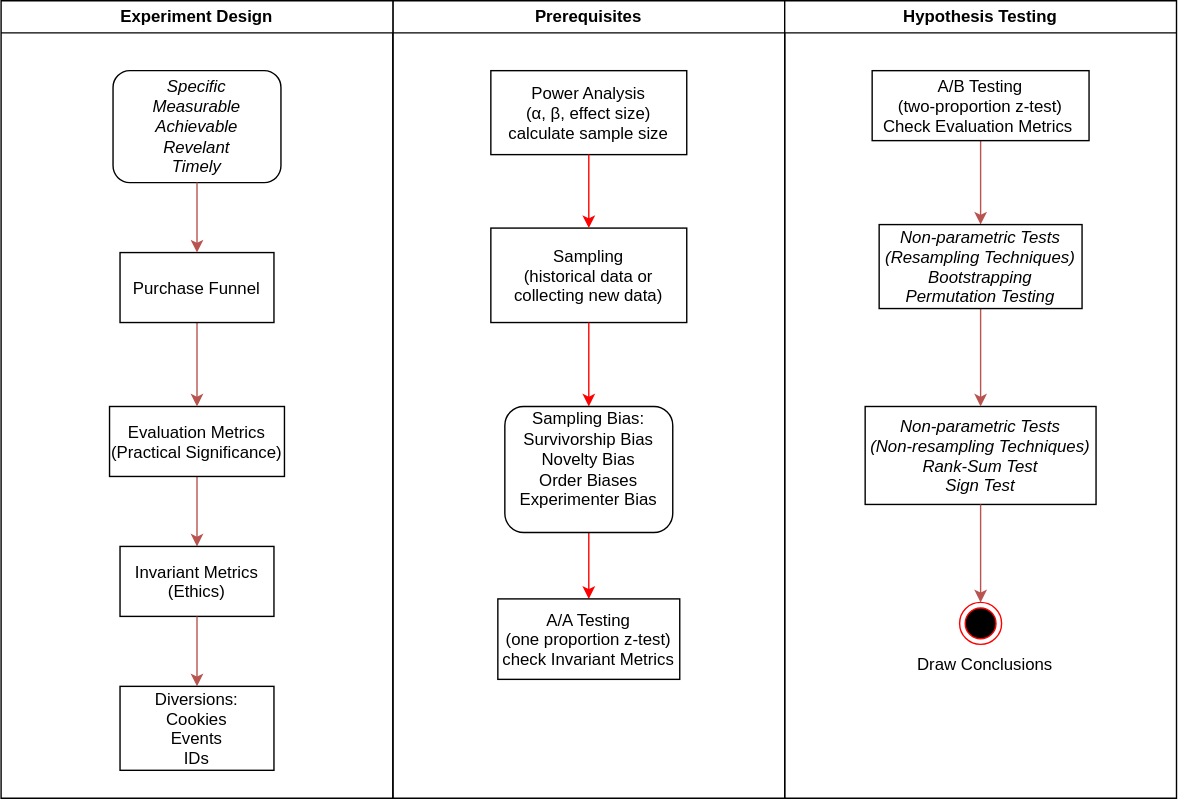
Earlier version of the draw.io export general_ab_testing.svg (ZacksAmber/Flowcharts). Source tidied: cells renumbered, new cells last; positions are measured from the earlier drawing's top-left corner, leaving out a move shared by most shapes.
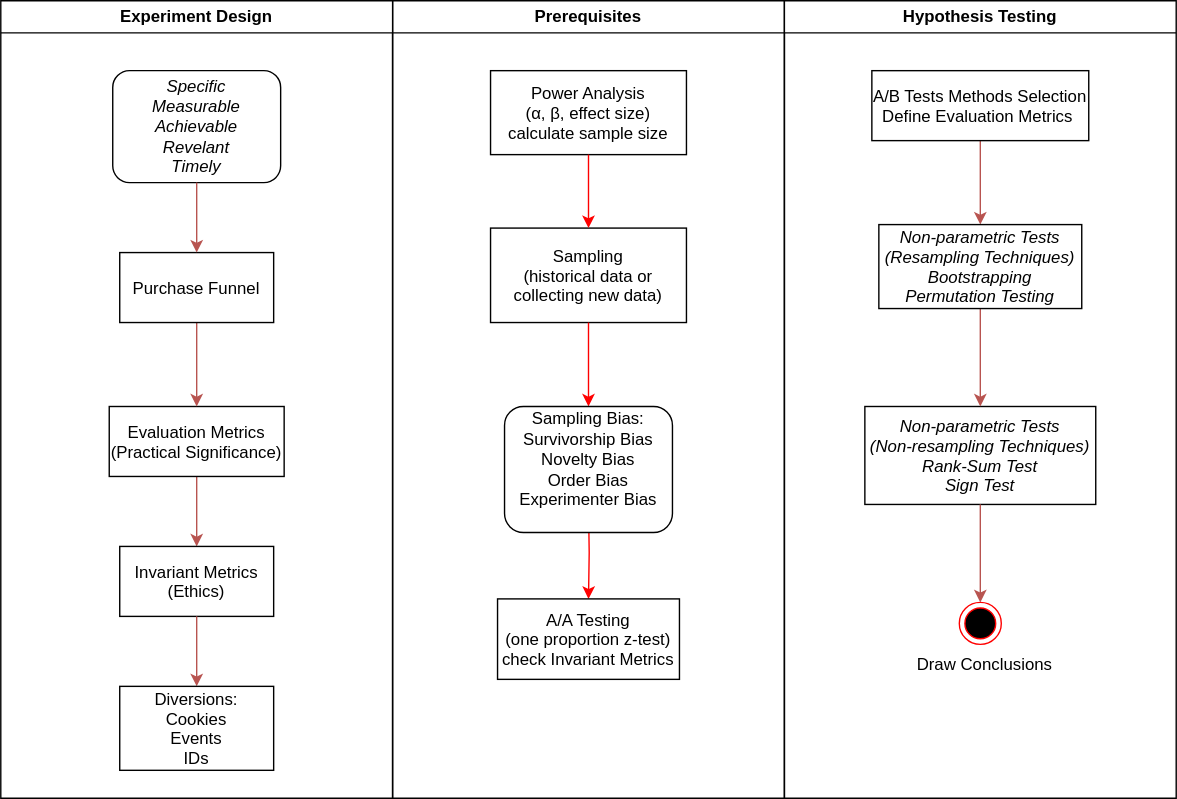
After the change.

What changed in the source:
```diff
@@ -25,7 +25,7 @@
     <mxCell id="8" value="A/A Testing&#10;(one proportion z-test)&#10;check Invariant Metrics" parent="2" vertex="1">
       <mxGeometry x="75" y="427.5" width="130" height="57.5" as="geometry" />
     </mxCell>
-    <mxCell id="9" value="Sampling Bias:&lt;br style=&quot;border-color: var(--border-color); padding: 0px; margin: 0px;&quot;&gt;Survivorship Bias&lt;br style=&quot;border-color: var(--border-color); padding: 0px; margin: 0px;&quot;&gt;Novelty Bias&lt;br style=&quot;border-color: var(--border-color); padding: 0px; margin: 0px;&quot;&gt;Order Biases&lt;br style=&quot;border-color: var(--border-color); padding: 0px; margin: 0px;&quot;&gt;Experimenter Bias&lt;div style=&quot;border-color: var(--border-color); padding: 0px; margin: 0px;&quot;&gt;&lt;br style=&quot;border-color: var(--border-color); padding: 0px; margin: 0px;&quot;&gt;&lt;/div&gt;" style="rounded=1;whiteSpace=wrap;html=1;" parent="2" vertex="1">
+    <mxCell id="9" value="Sampling Bias:&lt;br style=&quot;border-color: var(--border-color); padding: 0px; margin: 0px;&quot;&gt;Survivorship Bias&lt;br style=&quot;border-color: var(--border-color); padding: 0px; margin: 0px;&quot;&gt;Novelty Bias&lt;br style=&quot;border-color: var(--border-color); padding: 0px; margin: 0px;&quot;&gt;Order Bias&lt;br style=&quot;border-color: var(--border-color); padding: 0px; margin: 0px;&quot;&gt;Experimenter Bias&lt;div style=&quot;border-color: var(--border-color); padding: 0px; margin: 0px;&quot;&gt;&lt;br style=&quot;border-color: var(--border-color); padding: 0px; margin: 0px;&quot;&gt;&lt;/div&gt;" style="rounded=1;whiteSpace=wrap;html=1;" parent="2" vertex="1">
       <mxGeometry x="80" y="290" width="120" height="90" as="geometry" />
     </mxCell>
     <mxCell id="10" value="Hypothesis Testing" style="swimlane;whiteSpace=wrap;" parent="1" vertex="1">
@@ -34,7 +34,7 @@
     <mxCell id="11" style="edgeStyle=orthogonalEdgeStyle;rounded=0;jettySize=auto;html=1;fillColor=#f8cecc;strokeColor=#b85450;" parent="10" edge="1" source="12" target="15">
       <mxGeometry relative="1" as="geometry" />
     </mxCell>
-    <mxCell id="12" value="A/B Testing&#10;(two-proportion z-test)&#10;Check Evaluation Metrics " parent="10" vertex="1">
+    <mxCell id="12" value="A/B Tests Methods Selection&#10;Define Evaluation Metrics " parent="10" vertex="1">
       <mxGeometry x="62.5" y="50" width="155" height="50" as="geometry" />
     </mxCell>
     <mxCell id="13" value="Non-parametric Tests&#10;(Non-resampling Techniques)&#10;Rank-Sum Test&#10;Sign Test" style="fontStyle=2;" parent="10" vertex="1">
```
